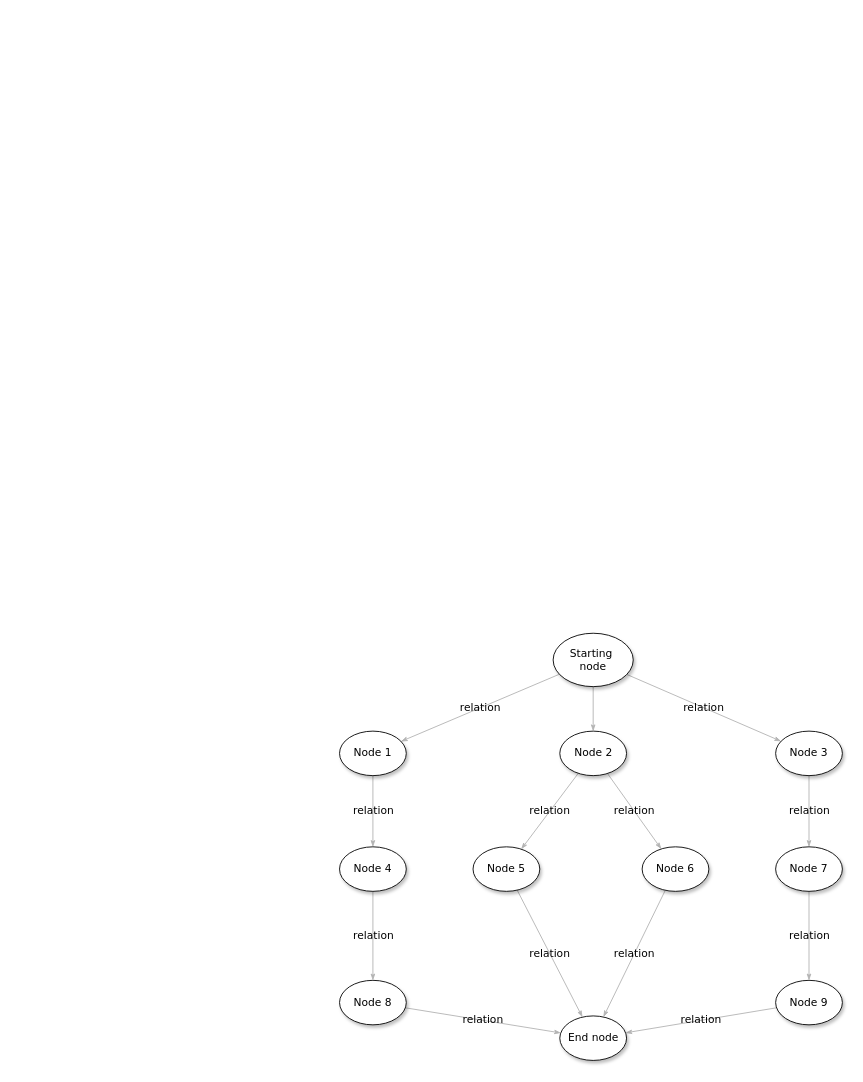
THRILLERLEMON/Draw.IO keeps this draw.io diagram as 未命名绘图.drawio. Above is the earlier version. Source tidied: cells renumbered, new cells numbered last; positions are measured from the earlier drawing's top-left corner, leaving out a move shared by most shapes. Both pictures are drawn from the tidied source at 89%, with x=0, y=0 at pixel (339, 633).
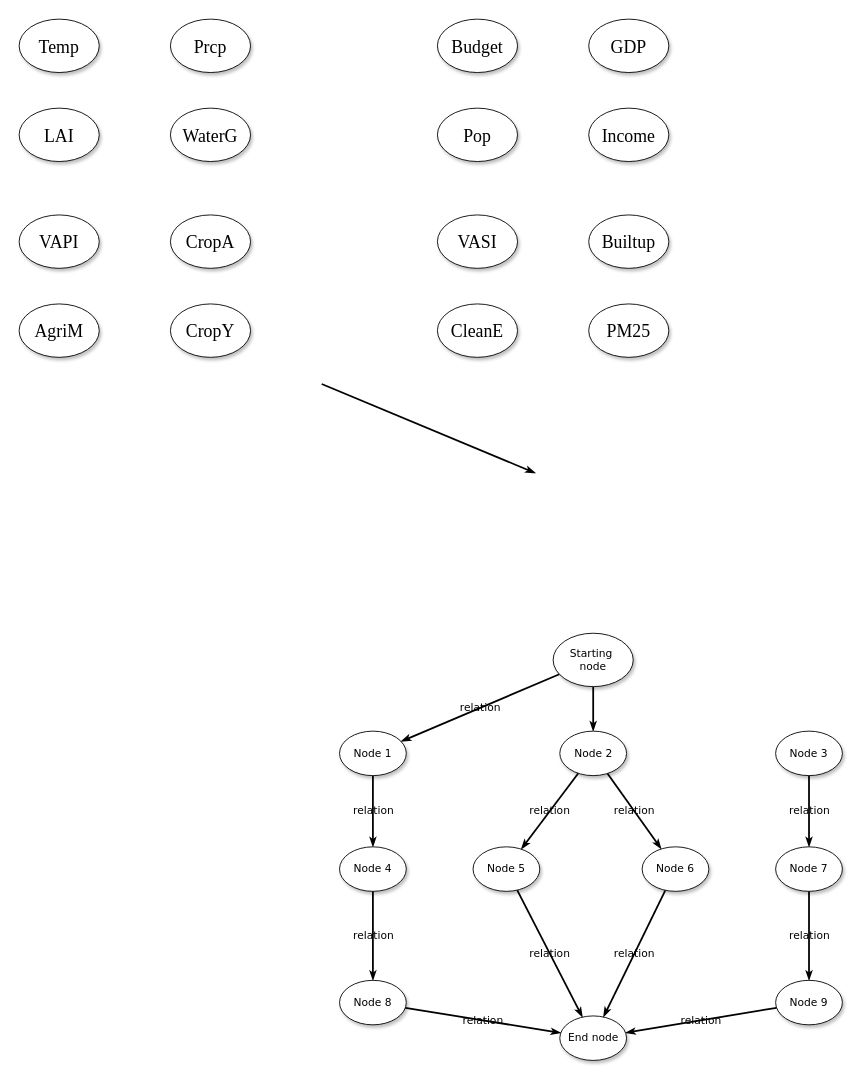
After the change.

Commit message:
更新未命名绘图.drawio

Unchanged cells that the change refers to:
```xml
<mxCell id="5" value="Starting&amp;nbsp;&lt;div&gt;node&lt;/div&gt;" style="ellipse;whiteSpace=wrap;html=1;rounded=0;shadow=1;comic=0;labelBackgroundColor=none;strokeWidth=1;fontFamily=Verdana;fontSize=12;align=center;" parent="1" vertex="1">
  <mxGeometry x="240" width="90" height="60" as="geometry" />
</mxCell>
<mxCell id="8" value="&lt;span&gt;Node 2&lt;/span&gt;" style="ellipse;whiteSpace=wrap;html=1;rounded=0;shadow=1;comic=0;labelBackgroundColor=none;strokeWidth=1;fontFamily=Verdana;fontSize=12;align=center;" parent="1" vertex="1">
  <mxGeometry x="247.5" y="110" width="75" height="50" as="geometry" />
</mxCell>
<mxCell id="10" value="&lt;span&gt;Node 3&lt;/span&gt;" style="ellipse;whiteSpace=wrap;html=1;rounded=0;shadow=1;comic=0;labelBackgroundColor=none;strokeWidth=1;fontFamily=Verdana;fontSize=12;align=center;" parent="1" vertex="1">
  <mxGeometry x="490" y="110" width="75" height="50" as="geometry" />
</mxCell>
<mxCell id="12" value="&lt;span&gt;Node 7&lt;/span&gt;" style="ellipse;whiteSpace=wrap;html=1;rounded=0;shadow=1;comic=0;labelBackgroundColor=none;strokeWidth=1;fontFamily=Verdana;fontSize=12;align=center;" parent="1" vertex="1">
  <mxGeometry x="490" y="240" width="75" height="50" as="geometry" />
</mxCell>
<mxCell id="14" value="&lt;span&gt;Node 9&lt;/span&gt;" style="ellipse;whiteSpace=wrap;html=1;rounded=0;shadow=1;comic=0;labelBackgroundColor=none;strokeWidth=1;fontFamily=Verdana;fontSize=12;align=center;" parent="1" vertex="1">
  <mxGeometry x="490" y="390" width="75" height="50" as="geometry" />
</mxCell>
<mxCell id="16" value="&lt;span&gt;Node 6&lt;/span&gt;" style="ellipse;whiteSpace=wrap;html=1;rounded=0;shadow=1;comic=0;labelBackgroundColor=none;strokeWidth=1;fontFamily=Verdana;fontSize=12;align=center;" parent="1" vertex="1">
  <mxGeometry x="340" y="240" width="75" height="50" as="geometry" />
</mxCell>
<mxCell id="18" value="&lt;span&gt;Node 5&lt;/span&gt;" style="ellipse;whiteSpace=wrap;html=1;rounded=0;shadow=1;comic=0;labelBackgroundColor=none;strokeWidth=1;fontFamily=Verdana;fontSize=12;align=center;" parent="1" vertex="1">
  <mxGeometry x="150" y="240" width="75" height="50" as="geometry" />
</mxCell>
<mxCell id="19" value="End node" style="ellipse;whiteSpace=wrap;html=1;rounded=0;shadow=1;comic=0;labelBackgroundColor=none;strokeWidth=1;fontFamily=Verdana;fontSize=12;align=center;" parent="1" vertex="1">
  <mxGeometry x="247.5" y="430" width="75" height="50" as="geometry" />
</mxCell>
<mxCell id="21" value="Node 1" style="ellipse;whiteSpace=wrap;html=1;rounded=0;shadow=1;comic=0;labelBackgroundColor=none;strokeWidth=1;fontFamily=Verdana;fontSize=12;align=center;" parent="1" vertex="1">
  <mxGeometry y="110" width="75" height="50" as="geometry" />
</mxCell>
<mxCell id="23" value="&lt;span&gt;Node 4&lt;/span&gt;" style="ellipse;whiteSpace=wrap;html=1;rounded=0;shadow=1;comic=0;labelBackgroundColor=none;strokeWidth=1;fontFamily=Verdana;fontSize=12;align=center;" parent="1" vertex="1">
  <mxGeometry y="240" width="75" height="50" as="geometry" />
</mxCell>
<mxCell id="25" value="&lt;span&gt;Node 8&lt;/span&gt;" style="ellipse;whiteSpace=wrap;html=1;rounded=0;shadow=1;comic=0;labelBackgroundColor=none;strokeWidth=1;fontFamily=Verdana;fontSize=12;align=center;" parent="1" vertex="1">
  <mxGeometry y="390" width="75" height="50" as="geometry" />
</mxCell>
```

Diff of the diagram source:
```diff
@@
-    <mxCell id="2" style="edgeStyle=none;rounded=1;html=1;labelBackgroundColor=none;startArrow=none;startFill=0;startSize=5;endArrow=classicThin;endFill=1;endSize=5;jettySize=auto;strokeColor=#B3B3B3;strokeWidth=1;fontFamily=Verdana;fontSize=12;" parent="1" edge="1" source="5" target="8">
+    <mxCell id="2" style="edgeStyle=none;rounded=1;html=1;labelBackgroundColor=none;startArrow=none;startFill=0;startSize=5;endArrow=classicThin;endFill=1;endSize=5;jettySize=auto;strokeColor=#000000;strokeWidth=2;fontFamily=Verdana;fontSize=12;" parent="1" edge="1" source="5" target="8">
       <mxGeometry relative="1" as="geometry" />
     </mxCell>
-    <mxCell id="3" value="relation" style="edgeStyle=none;rounded=1;html=1;labelBackgroundColor=none;startArrow=none;startFill=0;startSize=5;endArrow=classicThin;endFill=1;endSize=5;jettySize=auto;strokeColor=#B3B3B3;strokeWidth=1;fontFamily=Verdana;fontSize=12;" parent="1" edge="1" source="5" target="21">
+    <mxCell id="3" value="relation" style="edgeStyle=none;rounded=1;html=1;labelBackgroundColor=none;startArrow=none;startFill=0;startSize=5;endArrow=classicThin;endFill=1;endSize=5;jettySize=auto;strokeColor=#000000;strokeWidth=2;fontFamily=Verdana;fontSize=12;" parent="1" edge="1" source="5" target="21">
       <mxGeometry relative="1" as="geometry" />
     </mxCell>
-    <mxCell id="4" value="relation" style="edgeStyle=none;rounded=1;html=1;labelBackgroundColor=none;startArrow=none;startFill=0;startSize=5;endArrow=classicThin;endFill=1;endSize=5;jettySize=auto;strokeColor=#B3B3B3;strokeWidth=1;fontFamily=Verdana;fontSize=12;" parent="1" edge="1" source="5" target="10">
-      <mxGeometry relative="1" as="geometry" />
+    <mxCell id="4" style="edgeStyle=none;rounded=1;html=1;labelBackgroundColor=none;startArrow=none;startFill=0;startSize=5;endArrow=classicThin;endFill=1;endSize=5;jettySize=auto;orthogonalLoop=1;strokeColor=#000000;strokeWidth=2;fontFamily=Verdana;fontSize=12;" parent="1" edge="1">
+      <mxGeometry relative="1" as="geometry">
+        <mxPoint x="-20" y="-280" as="sourcePoint" />
+        <mxPoint x="220" y="-180" as="targetPoint" />
+      </mxGeometry>
     </mxCell>
@@
-    <mxCell id="6" value="relation" style="edgeStyle=none;rounded=1;html=1;labelBackgroundColor=none;startArrow=none;startFill=0;startSize=5;endArrow=classicThin;endFill=1;endSize=5;jettySize=auto;strokeColor=#B3B3B3;strokeWidth=1;fontFamily=Verdana;fontSize=12;" parent="1" edge="1" source="8" target="18">
+    <mxCell id="6" value="relation" style="edgeStyle=none;rounded=1;html=1;labelBackgroundColor=none;startArrow=none;startFill=0;startSize=5;endArrow=classicThin;endFill=1;endSize=5;jettySize=auto;strokeColor=#000000;strokeWidth=2;fontFamily=Verdana;fontSize=12;" parent="1" edge="1" source="8" target="18">
       <mxGeometry relative="1" as="geometry" />
     </mxCell>
-    <mxCell id="7" value="relation" style="edgeStyle=none;rounded=1;html=1;labelBackgroundColor=none;startArrow=none;startFill=0;startSize=5;endArrow=classicThin;endFill=1;endSize=5;jettySize=auto;strokeColor=#B3B3B3;strokeWidth=1;fontFamily=Verdana;fontSize=12;" parent="1" edge="1" source="8" target="16">
+    <mxCell id="7" value="relation" style="edgeStyle=none;rounded=1;html=1;labelBackgroundColor=none;startArrow=none;startFill=0;startSize=5;endArrow=classicThin;endFill=1;endSize=5;jettySize=auto;strokeColor=#000000;strokeWidth=2;fontFamily=Verdana;fontSize=12;" parent="1" edge="1" source="8" target="16">
       <mxGeometry relative="1" as="geometry" />
     </mxCell>
@@
-    <mxCell id="9" value="relation" style="edgeStyle=none;rounded=1;html=1;labelBackgroundColor=none;startArrow=none;startFill=0;startSize=5;endArrow=classicThin;endFill=1;endSize=5;jettySize=auto;strokeColor=#B3B3B3;strokeWidth=1;fontFamily=Verdana;fontSize=12;" parent="1" edge="1" source="10" target="12">
+    <mxCell id="9" value="relation" style="edgeStyle=none;rounded=1;html=1;labelBackgroundColor=none;startArrow=none;startFill=0;startSize=5;endArrow=classicThin;endFill=1;endSize=5;jettySize=auto;strokeColor=#000000;strokeWidth=2;fontFamily=Verdana;fontSize=12;" parent="1" edge="1" source="10" target="12">
       <mxGeometry relative="1" as="geometry" />
     </mxCell>
@@
-    <mxCell id="11" value="relation" style="edgeStyle=none;rounded=1;html=1;labelBackgroundColor=none;startArrow=none;startFill=0;startSize=5;endArrow=classicThin;endFill=1;endSize=5;jettySize=auto;strokeColor=#B3B3B3;strokeWidth=1;fontFamily=Verdana;fontSize=12;" parent="1" edge="1" source="12" target="14">
+    <mxCell id="11" value="relation" style="edgeStyle=none;rounded=1;html=1;labelBackgroundColor=none;startArrow=none;startFill=0;startSize=5;endArrow=classicThin;endFill=1;endSize=5;jettySize=auto;strokeColor=#000000;strokeWidth=2;fontFamily=Verdana;fontSize=12;" parent="1" edge="1" source="12" target="14">
       <mxGeometry relative="1" as="geometry" />
     </mxCell>
@@
-    <mxCell id="13" value="relation" style="edgeStyle=none;rounded=1;html=1;labelBackgroundColor=none;startArrow=none;startFill=0;startSize=5;endArrow=classicThin;endFill=1;endSize=5;jettySize=auto;strokeColor=#B3B3B3;strokeWidth=1;fontFamily=Verdana;fontSize=12;" parent="1" edge="1" source="14" target="19">
+    <mxCell id="13" value="relation" style="edgeStyle=none;rounded=1;html=1;labelBackgroundColor=none;startArrow=none;startFill=0;startSize=5;endArrow=classicThin;endFill=1;endSize=5;jettySize=auto;strokeColor=#000000;strokeWidth=2;fontFamily=Verdana;fontSize=12;" parent="1" edge="1" source="14" target="19">
       <mxGeometry relative="1" as="geometry" />
     </mxCell>
@@
-    <mxCell id="15" value="relation" style="edgeStyle=none;rounded=1;html=1;labelBackgroundColor=none;startArrow=none;startFill=0;startSize=5;endArrow=classicThin;endFill=1;endSize=5;jettySize=auto;strokeColor=#B3B3B3;strokeWidth=1;fontFamily=Verdana;fontSize=12;" parent="1" edge="1" source="16" target="19">
+    <mxCell id="15" value="relation" style="edgeStyle=none;rounded=1;html=1;labelBackgroundColor=none;startArrow=none;startFill=0;startSize=5;endArrow=classicThin;endFill=1;endSize=5;jettySize=auto;strokeColor=#000000;strokeWidth=2;fontFamily=Verdana;fontSize=12;" parent="1" edge="1" source="16" target="19">
       <mxGeometry relative="1" as="geometry" />
     </mxCell>
@@
-    <mxCell id="17" value="relation" style="edgeStyle=none;rounded=1;html=1;labelBackgroundColor=none;startArrow=none;startFill=0;startSize=5;endArrow=classicThin;endFill=1;endSize=5;jettySize=auto;strokeColor=#B3B3B3;strokeWidth=1;fontFamily=Verdana;fontSize=12;" parent="1" edge="1" source="18" target="19">
+    <mxCell id="17" value="relation" style="edgeStyle=none;rounded=1;html=1;labelBackgroundColor=none;startArrow=none;startFill=0;startSize=5;endArrow=classicThin;endFill=1;endSize=5;jettySize=auto;strokeColor=#000000;strokeWidth=2;fontFamily=Verdana;fontSize=12;" parent="1" edge="1" source="18" target="19">
       <mxGeometry relative="1" as="geometry" />
     </mxCell>
@@
-    <mxCell id="20" value="relation" style="edgeStyle=none;rounded=1;html=1;labelBackgroundColor=none;startArrow=none;startFill=0;startSize=5;endArrow=classicThin;endFill=1;endSize=5;jettySize=auto;strokeColor=#B3B3B3;strokeWidth=1;fontFamily=Verdana;fontSize=12;" parent="1" edge="1" source="21" target="23">
+    <mxCell id="20" value="relation" style="edgeStyle=none;rounded=1;html=1;labelBackgroundColor=none;startArrow=none;startFill=0;startSize=5;endArrow=classicThin;endFill=1;endSize=5;jettySize=auto;strokeColor=#000000;strokeWidth=2;fontFamily=Verdana;fontSize=12;" parent="1" edge="1" source="21" target="23">
       <mxGeometry relative="1" as="geometry" />
     </mxCell>
@@
-    <mxCell id="22" value="relation" style="edgeStyle=none;rounded=1;html=1;labelBackgroundColor=none;startArrow=none;startFill=0;startSize=5;endArrow=classicThin;endFill=1;endSize=5;jettySize=auto;strokeColor=#B3B3B3;strokeWidth=1;fontFamily=Verdana;fontSize=12;" parent="1" edge="1" source="23" target="25">
+    <mxCell id="22" value="relation" style="edgeStyle=none;rounded=1;html=1;labelBackgroundColor=none;startArrow=none;startFill=0;startSize=5;endArrow=classicThin;endFill=1;endSize=5;jettySize=auto;strokeColor=#000000;strokeWidth=2;fontFamily=Verdana;fontSize=12;" parent="1" edge="1" source="23" target="25">
       <mxGeometry relative="1" as="geometry" />
     </mxCell>
@@
-    <mxCell id="24" value="relation" style="edgeStyle=none;rounded=1;html=1;labelBackgroundColor=none;startArrow=none;startFill=0;startSize=5;endArrow=classicThin;endFill=1;endSize=5;jettySize=auto;strokeColor=#B3B3B3;strokeWidth=1;fontFamily=Verdana;fontSize=12;" parent="1" edge="1" source="25" target="19">
+    <mxCell id="24" value="relation" style="edgeStyle=none;rounded=1;html=1;labelBackgroundColor=none;startArrow=none;startFill=0;startSize=5;endArrow=classicThin;endFill=1;endSize=5;jettySize=auto;strokeColor=#000000;strokeWidth=2;fontFamily=Verdana;fontSize=12;" parent="1" edge="1" source="25" target="19">
       <mxGeometry relative="1" as="geometry" />
     </mxCell>
@@
+    <mxCell id="26" value="Temp" style="ellipse;whiteSpace=wrap;html=1;rounded=0;shadow=1;comic=0;labelBackgroundColor=none;strokeWidth=1;fontFamily=Times New Roman;fontSize=20;align=center;" parent="1" vertex="1">
+      <mxGeometry x="-360" y="-690" width="90" height="60" as="geometry" />
+    </mxCell>
+    <mxCell id="27" value="Prcp" style="ellipse;whiteSpace=wrap;html=1;rounded=0;shadow=1;comic=0;labelBackgroundColor=none;strokeWidth=1;fontFamily=Times New Roman;fontSize=20;align=center;" parent="1" vertex="1">
+      <mxGeometry x="-190" y="-690" width="90" height="60" as="geometry" />
+    </mxCell>
+    <mxCell id="28" value="LAI" style="ellipse;whiteSpace=wrap;html=1;rounded=0;shadow=1;comic=0;labelBackgroundColor=none;strokeWidth=1;fontFamily=Times New Roman;fontSize=20;align=center;" parent="1" vertex="1">
+      <mxGeometry x="-360" y="-590" width="90" height="60" as="geometry" />
+    </mxCell>
+    <mxCell id="29" value="WaterG" style="ellipse;whiteSpace=wrap;html=1;rounded=0;shadow=1;comic=0;labelBackgroundColor=none;strokeWidth=1;fontFamily=Times New Roman;fontSize=20;align=center;" parent="1" vertex="1">
+      <mxGeometry x="-190" y="-590" width="90" height="60" as="geometry" />
+    </mxCell>
+    <mxCell id="30" value="Budget" style="ellipse;whiteSpace=wrap;html=1;rounded=0;shadow=1;comic=0;labelBackgroundColor=none;strokeWidth=1;fontFamily=Times New Roman;fontSize=20;align=center;" parent="1" vertex="1">
+      <mxGeometry x="110" y="-690" width="90" height="60" as="geometry" />
+    </mxCell>
+    <mxCell id="31" value="GDP" style="ellipse;whiteSpace=wrap;html=1;rounded=0;shadow=1;comic=0;labelBackgroundColor=none;strokeWidth=1;fontFamily=Times New Roman;fontSize=20;align=center;" parent="1" vertex="1">
+      <mxGeometry x="280" y="-690" width="90" height="60" as="geometry" />
+    </mxCell>
+    <mxCell id="32" value="Pop" style="ellipse;whiteSpace=wrap;html=1;rounded=0;shadow=1;comic=0;labelBackgroundColor=none;strokeWidth=1;fontFamily=Times New Roman;fontSize=20;align=center;" parent="1" vertex="1">
+      <mxGeometry x="110" y="-590" width="90" height="60" as="geometry" />
+    </mxCell>
+    <mxCell id="33" value="Income" style="ellipse;whiteSpace=wrap;html=1;rounded=0;shadow=1;comic=0;labelBackgroundColor=none;strokeWidth=1;fontFamily=Times New Roman;fontSize=20;align=center;" parent="1" vertex="1">
+      <mxGeometry x="280" y="-590" width="90" height="60" as="geometry" />
+    </mxCell>
+    <mxCell id="34" value="VAPI" style="ellipse;whiteSpace=wrap;html=1;rounded=0;shadow=1;comic=0;labelBackgroundColor=none;strokeWidth=1;fontFamily=Times New Roman;fontSize=20;align=center;" parent="1" vertex="1">
+      <mxGeometry x="-360" y="-470" width="90" height="60" as="geometry" />
+    </mxCell>
+    <mxCell id="35" value="CropA" style="ellipse;whiteSpace=wrap;html=1;rounded=0;shadow=1;comic=0;labelBackgroundColor=none;strokeWidth=1;fontFamily=Times New Roman;fontSize=20;align=center;" parent="1" vertex="1">
+      <mxGeometry x="-190" y="-470" width="90" height="60" as="geometry" />
+    </mxCell>
+    <mxCell id="36" value="AgriM" style="ellipse;whiteSpace=wrap;html=1;rounded=0;shadow=1;comic=0;labelBackgroundColor=none;strokeWidth=1;fontFamily=Times New Roman;fontSize=20;align=center;" parent="1" vertex="1">
+      <mxGeometry x="-360" y="-370" width="90" height="60" as="geometry" />
+    </mxCell>
+    <mxCell id="37" value="CropY" style="ellipse;whiteSpace=wrap;html=1;rounded=0;shadow=1;comic=0;labelBackgroundColor=none;strokeWidth=1;fontFamily=Times New Roman;fontSize=20;align=center;" parent="1" vertex="1">
+      <mxGeometry x="-190" y="-370" width="90" height="60" as="geometry" />
+    </mxCell>
+    <mxCell id="38" value="VASI" style="ellipse;whiteSpace=wrap;html=1;rounded=0;shadow=1;comic=0;labelBackgroundColor=none;strokeWidth=1;fontFamily=Times New Roman;fontSize=20;align=center;" parent="1" vertex="1">
+      <mxGeometry x="110" y="-470" width="90" height="60" as="geometry" />
+    </mxCell>
+    <mxCell id="39" value="Builtup" style="ellipse;whiteSpace=wrap;html=1;rounded=0;shadow=1;comic=0;labelBackgroundColor=none;strokeWidth=1;fontFamily=Times New Roman;fontSize=20;align=center;" parent="1" vertex="1">
+      <mxGeometry x="280" y="-470" width="90" height="60" as="geometry" />
+    </mxCell>
+    <mxCell id="40" value="CleanE" style="ellipse;whiteSpace=wrap;html=1;rounded=0;shadow=1;comic=0;labelBackgroundColor=none;strokeWidth=1;fontFamily=Times New Roman;fontSize=20;align=center;" parent="1" vertex="1">
+      <mxGeometry x="110" y="-370" width="90" height="60" as="geometry" />
+    </mxCell>
+    <mxCell id="41" value="PM25" style="ellipse;whiteSpace=wrap;html=1;rounded=0;shadow=1;comic=0;labelBackgroundColor=none;strokeWidth=1;fontFamily=Times New Roman;fontSize=20;align=center;" parent="1" vertex="1">
+      <mxGeometry x="280" y="-370" width="90" height="60" as="geometry" />
+    </mxCell>
```
